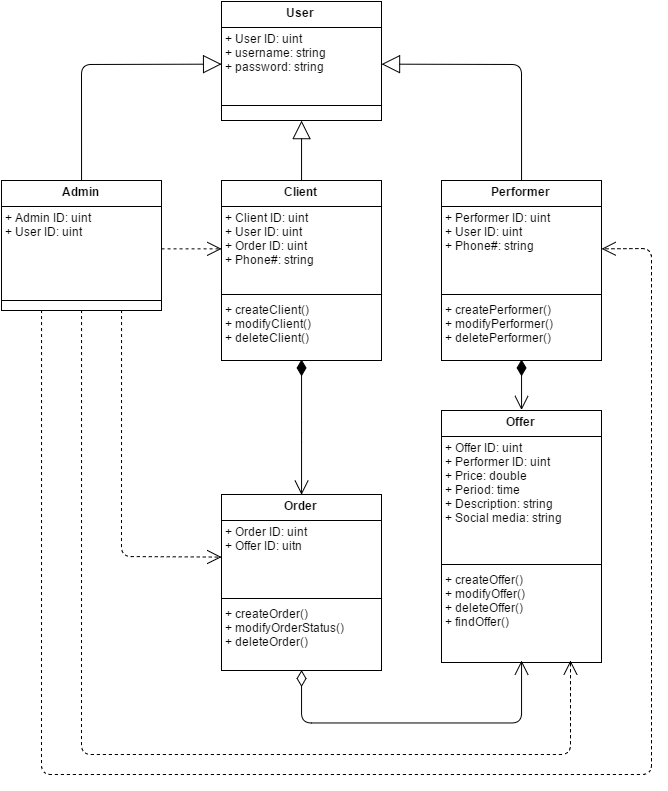
Above: res/class_diagram.png in borisovvictor/SocialMediaExchange (draw.io), before the change. Source tidied: cells renumbered, new cells last; positions are measured from the earlier drawing's top-left corner, leaving out a move shared by most shapes.
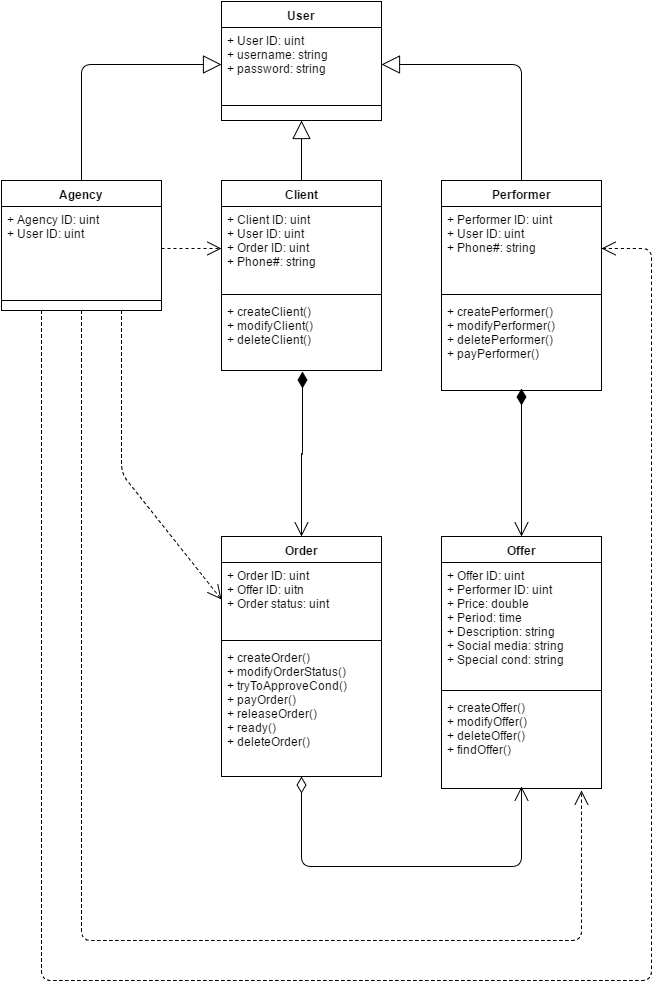
After the commit.

The edit, as a diff of the source:
```diff
@@ -11,17 +11,17 @@
     <mxCell id="4" style="line;html=1;strokeWidth=1;fillColor=none;align=left;verticalAlign=middle;spacingTop=-1;spacingLeft=3;spacingRight=3;labelPosition=right;" parent="2" vertex="1">
       <mxGeometry y="100" width="160" height="8" as="geometry" />
     </mxCell>
-    <mxCell id="5" value="Admin" style="swimlane;html=1;fontStyle=1;align=center;verticalAlign=top;horizontal=1;startSize=26;swimlaneFillColor=#ffffff;rounded=0;fillColor=#FFFFFF;gradientColor=none;" parent="1" vertex="1">
+    <mxCell id="5" value="Agency" style="swimlane;html=1;fontStyle=1;align=center;verticalAlign=top;horizontal=1;startSize=26;swimlaneFillColor=#ffffff;rounded=0;fillColor=#FFFFFF;gradientColor=none;" parent="1" vertex="1">
       <mxGeometry y="179" width="160" height="130" as="geometry" />
     </mxCell>
-    <mxCell id="6" value="+ Admin ID: uint&lt;div&gt;+ User ID: uint&lt;/div&gt;" style="text;html=1;strokeColor=none;fillColor=none;align=left;verticalAlign=top;spacingLeft=4;spacingRight=4;whiteSpace=wrap;overflow=hidden;points=[[0,0.5],[1,0.5]];portConstraint=eastwest;" parent="5" vertex="1">
+    <mxCell id="6" value="+ Agency ID: uint&lt;div&gt;+ User ID: uint&lt;/div&gt;" style="text;html=1;strokeColor=none;fillColor=none;align=left;verticalAlign=top;spacingLeft=4;spacingRight=4;whiteSpace=wrap;overflow=hidden;points=[[0,0.5],[1,0.5]];portConstraint=eastwest;" parent="5" vertex="1">
       <mxGeometry y="26" width="160" height="84" as="geometry" />
     </mxCell>
     <mxCell id="7" style="line;html=1;strokeWidth=1;fillColor=none;align=left;verticalAlign=middle;spacingTop=-1;spacingLeft=3;spacingRight=3;labelPosition=right;" parent="5" vertex="1">
       <mxGeometry y="110" width="160" height="20" as="geometry" />
     </mxCell>
     <mxCell id="8" value="Performer" style="swimlane;html=1;fontStyle=1;align=center;verticalAlign=top;horizontal=1;startSize=26;swimlaneFillColor=#ffffff;rounded=0;fillColor=#FFFFFF;gradientColor=none;" parent="1" vertex="1">
-      <mxGeometry x="440" y="179" width="160" height="180" as="geometry" />
+      <mxGeometry x="440" y="179" width="160" height="210" as="geometry" />
     </mxCell>
     <mxCell id="9" value="+ Performer ID: uint&lt;div&gt;+ User ID: uint&lt;/div&gt;&lt;div&gt;+ Phone#: string&lt;/div&gt;&lt;div&gt;&lt;br&gt;&lt;/div&gt;" style="text;html=1;strokeColor=none;fillColor=none;align=left;verticalAlign=top;spacingLeft=4;spacingRight=4;whiteSpace=wrap;overflow=hidden;points=[[0,0.5],[1,0.5]];portConstraint=eastwest;" parent="8" vertex="1">
       <mxGeometry y="26" width="160" height="84" as="geometry" />
@@ -29,11 +29,11 @@
     <mxCell id="10" style="line;html=1;strokeWidth=1;fillColor=none;align=left;verticalAlign=middle;spacingTop=-1;spacingLeft=3;spacingRight=3;labelPosition=right;" parent="8" vertex="1">
       <mxGeometry y="110" width="160" height="8" as="geometry" />
     </mxCell>
-    <mxCell id="11" value="&lt;span&gt;+ createPerformer()&lt;/span&gt;&lt;div&gt;+ modify&lt;span&gt;Performer&lt;/span&gt;&lt;span&gt;()&lt;/span&gt;&lt;/div&gt;&lt;div&gt;+ delete&lt;span&gt;Performer&lt;/span&gt;&lt;span&gt;()&lt;/span&gt;&lt;/div&gt;" style="text;html=1;strokeColor=none;fillColor=none;align=left;verticalAlign=top;spacingLeft=4;spacingRight=4;whiteSpace=wrap;overflow=hidden;points=[[0,0.5],[1,0.5]];portConstraint=eastwest;" parent="8" vertex="1">
-      <mxGeometry y="118" width="160" height="62" as="geometry" />
+    <mxCell id="11" value="&lt;span&gt;+ createPerformer()&lt;/span&gt;&lt;div&gt;+ modify&lt;span&gt;Performer&lt;/span&gt;&lt;span&gt;()&lt;/span&gt;&lt;/div&gt;&lt;div&gt;+ delete&lt;span&gt;Performer&lt;/span&gt;&lt;span&gt;()&lt;/span&gt;&lt;/div&gt;&lt;div&gt;&lt;span&gt;+ payPerformer()&lt;/span&gt;&lt;/div&gt;" style="text;html=1;strokeColor=none;fillColor=none;align=left;verticalAlign=top;spacingLeft=4;spacingRight=4;whiteSpace=wrap;overflow=hidden;points=[[0,0.5],[1,0.5]];portConstraint=eastwest;" parent="8" vertex="1">
+      <mxGeometry y="118" width="160" height="92" as="geometry" />
     </mxCell>
     <mxCell id="12" value="Client" style="swimlane;html=1;fontStyle=1;align=center;verticalAlign=top;horizontal=1;startSize=26;swimlaneFillColor=#ffffff;rounded=0;fillColor=#FFFFFF;gradientColor=none;" parent="1" vertex="1">
-      <mxGeometry x="220" y="179" width="160" height="180" as="geometry" />
+      <mxGeometry x="220" y="179" width="160" height="190" as="geometry" />
     </mxCell>
     <mxCell id="13" value="+ Client ID: uint&lt;div&gt;+ User ID: uint&lt;/div&gt;&lt;div&gt;+ Order ID: uint&lt;/div&gt;&lt;div&gt;+ Phone#: string&lt;/div&gt;" style="text;html=1;strokeColor=none;fillColor=none;align=left;verticalAlign=top;spacingLeft=4;spacingRight=4;whiteSpace=wrap;overflow=hidden;points=[[0,0.5],[1,0.5]];portConstraint=eastwest;" parent="12" vertex="1">
       <mxGeometry y="26" width="160" height="84" as="geometry" />
@@ -42,24 +42,24 @@
       <mxGeometry y="110" width="160" height="8" as="geometry" />
     </mxCell>
     <mxCell id="15" value="+ createClient()&lt;div&gt;+ modifyClient()&lt;/div&gt;&lt;div&gt;+ deleteClient()&lt;/div&gt;" style="text;html=1;strokeColor=none;fillColor=none;align=left;verticalAlign=top;spacingLeft=4;spacingRight=4;whiteSpace=wrap;overflow=hidden;points=[[0,0.5],[1,0.5]];portConstraint=eastwest;" parent="12" vertex="1">
-      <mxGeometry y="118" width="160" height="62" as="geometry" />
+      <mxGeometry y="118" width="160" height="72" as="geometry" />
     </mxCell>
     <mxCell id="16" value="Order" style="swimlane;html=1;fontStyle=1;align=center;verticalAlign=top;horizontal=1;startSize=26;swimlaneFillColor=#ffffff;rounded=0;fillColor=#FFFFFF;gradientColor=none;" parent="1" vertex="1">
-      <mxGeometry x="220" y="493" width="160" height="176" as="geometry" />
+      <mxGeometry x="220" y="535" width="160" height="240" as="geometry" />
     </mxCell>
-    <mxCell id="17" value="+ Order ID: uint&lt;div&gt;+ Offer ID: uitn&lt;/div&gt;" style="text;html=1;strokeColor=none;fillColor=none;align=left;verticalAlign=top;spacingLeft=4;spacingRight=4;whiteSpace=wrap;overflow=hidden;points=[[0,0.5],[1,0.5]];portConstraint=eastwest;" parent="16" vertex="1">
+    <mxCell id="17" value="+ Order ID: uint&lt;div&gt;+ Offer ID: uitn&lt;/div&gt;&lt;div&gt;+ Order status: uint&lt;/div&gt;" style="text;html=1;strokeColor=none;fillColor=none;align=left;verticalAlign=top;spacingLeft=4;spacingRight=4;whiteSpace=wrap;overflow=hidden;points=[[0,0.5],[1,0.5]];portConstraint=eastwest;" parent="16" vertex="1">
       <mxGeometry y="26" width="160" height="74" as="geometry" />
     </mxCell>
     <mxCell id="18" style="line;html=1;strokeWidth=1;fillColor=none;align=left;verticalAlign=middle;spacingTop=-1;spacingLeft=3;spacingRight=3;labelPosition=right;" parent="16" vertex="1">
       <mxGeometry y="100" width="160" height="8" as="geometry" />
     </mxCell>
-    <mxCell id="19" value="&lt;span&gt;+ createOrder()&lt;/span&gt;&lt;div&gt;+ modifyOrderStatus()&lt;/div&gt;&lt;div&gt;+ deleteOrder()&lt;/div&gt;" style="text;html=1;strokeColor=none;fillColor=none;align=left;verticalAlign=top;spacingLeft=4;spacingRight=4;whiteSpace=wrap;overflow=hidden;" parent="16" vertex="1">
-      <mxGeometry y="108" width="160" height="62" as="geometry" />
+    <mxCell id="19" value="&lt;span&gt;+ createOrder()&lt;/span&gt;&lt;div&gt;+ modifyOrderStatus()&lt;/div&gt;&lt;div&gt;&lt;span&gt;+ tryToApproveCond()&lt;/span&gt;&lt;br&gt;&lt;/div&gt;&lt;div&gt;+ payOrder()&lt;/div&gt;&lt;div&gt;+ releaseOrder()&lt;/div&gt;&lt;div&gt;+ ready()&lt;/div&gt;&lt;div&gt;+ deleteOrder()&lt;/div&gt;" style="text;html=1;strokeColor=none;fillColor=none;align=left;verticalAlign=top;spacingLeft=4;spacingRight=4;whiteSpace=wrap;overflow=hidden;" parent="16" vertex="1">
+      <mxGeometry y="108" width="160" height="122" as="geometry" />
     </mxCell>
     <mxCell id="20" value="Offer" style="swimlane;html=1;fontStyle=1;align=center;verticalAlign=top;horizontal=1;startSize=26;swimlaneFillColor=#ffffff;rounded=0;fillColor=#FFFFFF;gradientColor=none;" parent="1" vertex="1">
-      <mxGeometry x="440" y="409" width="160" height="252" as="geometry" />
+      <mxGeometry x="440" y="535" width="160" height="252" as="geometry" />
     </mxCell>
-    <mxCell id="21" value="+ Offer ID: uint&lt;div&gt;+ Performer ID: uint&lt;/div&gt;&lt;div&gt;+ Price: double&lt;/div&gt;&lt;div&gt;+ Period: time&lt;/div&gt;&lt;div&gt;+ Description: string&lt;/div&gt;&lt;div&gt;+ Social media: string&lt;/div&gt;&lt;div&gt;&lt;br&gt;&lt;div&gt;&lt;br&gt;&lt;/div&gt;&lt;/div&gt;" style="text;html=1;strokeColor=none;fillColor=none;align=left;verticalAlign=top;spacingLeft=4;spacingRight=4;whiteSpace=wrap;overflow=hidden;" parent="20" vertex="1">
+    <mxCell id="21" value="+ Offer ID: uint&lt;div&gt;+ Performer ID: uint&lt;/div&gt;&lt;div&gt;+ Price: double&lt;/div&gt;&lt;div&gt;+ Period: time&lt;/div&gt;&lt;div&gt;+ Description: string&lt;/div&gt;&lt;div&gt;+ Social media: string&lt;/div&gt;&lt;div&gt;+ Special cond: string&lt;/div&gt;&lt;div&gt;&lt;br&gt;&lt;div&gt;&lt;br&gt;&lt;/div&gt;&lt;/div&gt;" style="text;html=1;strokeColor=none;fillColor=none;align=left;verticalAlign=top;spacingLeft=4;spacingRight=4;whiteSpace=wrap;overflow=hidden;" parent="20" vertex="1">
       <mxGeometry y="26" width="160" height="124" as="geometry" />
     </mxCell>
     <mxCell id="22" style="line;html=1;strokeWidth=1;fillColor=none;align=left;verticalAlign=middle;spacingTop=-1;spacingLeft=3;spacingRight=3;labelPosition=right;" parent="20" vertex="1">
@@ -85,33 +85,28 @@
         </Array>
       </mxGeometry>
     </mxCell>
-    <mxCell id="27" style="endArrow=open;html=1;endSize=12;startArrow=diamondThin;startSize=14;startFill=1;edgeStyle=orthogonalEdgeStyle;align=left;verticalAlign=bottom;exitX=0.498;exitY=0.992;exitPerimeter=0;" parent="1" edge="1" source="15">
-      <mxGeometry x="0.04" y="60" relative="1" as="geometry">
-        <mxPoint x="300" y="493" as="targetPoint" />
-        <Array as="points">
-          <mxPoint x="300" y="431" />
-          <mxPoint x="300" y="431" />
-        </Array>
-      </mxGeometry>
-    </mxCell>
     <mxCell id="28" style="endArrow=open;html=1;endSize=12;startArrow=diamondThin;startSize=14;startFill=1;edgeStyle=orthogonalEdgeStyle;align=left;verticalAlign=bottom;entryX=0.5;entryY=0;exitX=0.498;exitY=0.981;exitPerimeter=0;" parent="1" edge="1" source="11" target="20">
       <mxGeometry x="0.01" y="61" relative="1" as="geometry">
+        <Array as="points">
+          <mxPoint x="520" y="429" />
+          <mxPoint x="520" y="429" />
+        </Array>
         <mxPoint x="-11" y="-35" as="offset" />
       </mxGeometry>
     </mxCell>
     <mxCell id="29" style="endArrow=open;html=1;endSize=12;startArrow=diamondThin;startSize=14;startFill=0;edgeStyle=orthogonalEdgeStyle;align=left;verticalAlign=bottom;exitX=0.5;exitY=1;" parent="1" edge="1" source="16">
       <mxGeometry x="-1" y="3" relative="1" as="geometry">
-        <mxPoint x="520" y="659" as="targetPoint" />
+        <mxPoint x="520" y="785" as="targetPoint" />
         <Array as="points">
-          <mxPoint x="300" y="721" />
-          <mxPoint x="520" y="721" />
+          <mxPoint x="300" y="865" />
+          <mxPoint x="520" y="865" />
         </Array>
       </mxGeometry>
     </mxCell>
     <mxCell id="30" style="endArrow=open;endSize=12;dashed=1;html=1;exitX=0.75;exitY=1;entryX=0;entryY=0.5;" parent="1" edge="1" source="5" target="17">
       <mxGeometry relative="1" as="geometry">
         <Array as="points">
-          <mxPoint x="120" y="555" />
+          <mxPoint x="120" y="472" />
         </Array>
       </mxGeometry>
     </mxCell>
@@ -120,21 +115,30 @@
     </mxCell>
     <mxCell id="32" style="endArrow=open;endSize=12;dashed=1;html=1;exitX=0.5;exitY=1;" parent="1" edge="1" source="5">
       <mxGeometry x="-450.4" y="-380" as="geometry">
-        <mxPoint x="569" y="659" as="targetPoint" />
+        <mxPoint x="580" y="789" as="targetPoint" />
         <Array as="points">
-          <mxPoint x="80" y="753" />
-          <mxPoint x="569" y="753" />
+          <mxPoint x="80" y="939" />
+          <mxPoint x="580" y="939" />
         </Array>
       </mxGeometry>
     </mxCell>
     <mxCell id="33" style="endArrow=open;endSize=12;dashed=1;html=1;exitX=0.25;exitY=1;entryX=1;entryY=0.5;" parent="1" edge="1" source="5" target="9">
       <mxGeometry relative="1" as="geometry">
         <Array as="points">
-          <mxPoint x="40" y="773" />
-          <mxPoint x="650" y="773" />
+          <mxPoint x="40" y="979" />
+          <mxPoint x="650" y="979" />
           <mxPoint x="650" y="247" />
         </Array>
       </mxGeometry>
     </mxCell>
+    <mxCell id="34" style="endArrow=open;html=1;endSize=12;startArrow=diamondThin;startSize=14;startFill=1;edgeStyle=orthogonalEdgeStyle;align=left;verticalAlign=bottom;exitX=0.506;exitY=1.014;exitPerimeter=0;" parent="1" edge="1" source="15" target="16">
+      <mxGeometry x="-240" y="-331" as="geometry">
+        <Array as="points">
+          <mxPoint x="301" y="452" />
+          <mxPoint x="300" y="452" />
+        </Array>
+        <mxPoint x="-11" y="-35" as="offset" />
+      </mxGeometry>
+    </mxCell>
   </root>
 </mxGraphModel>
```
